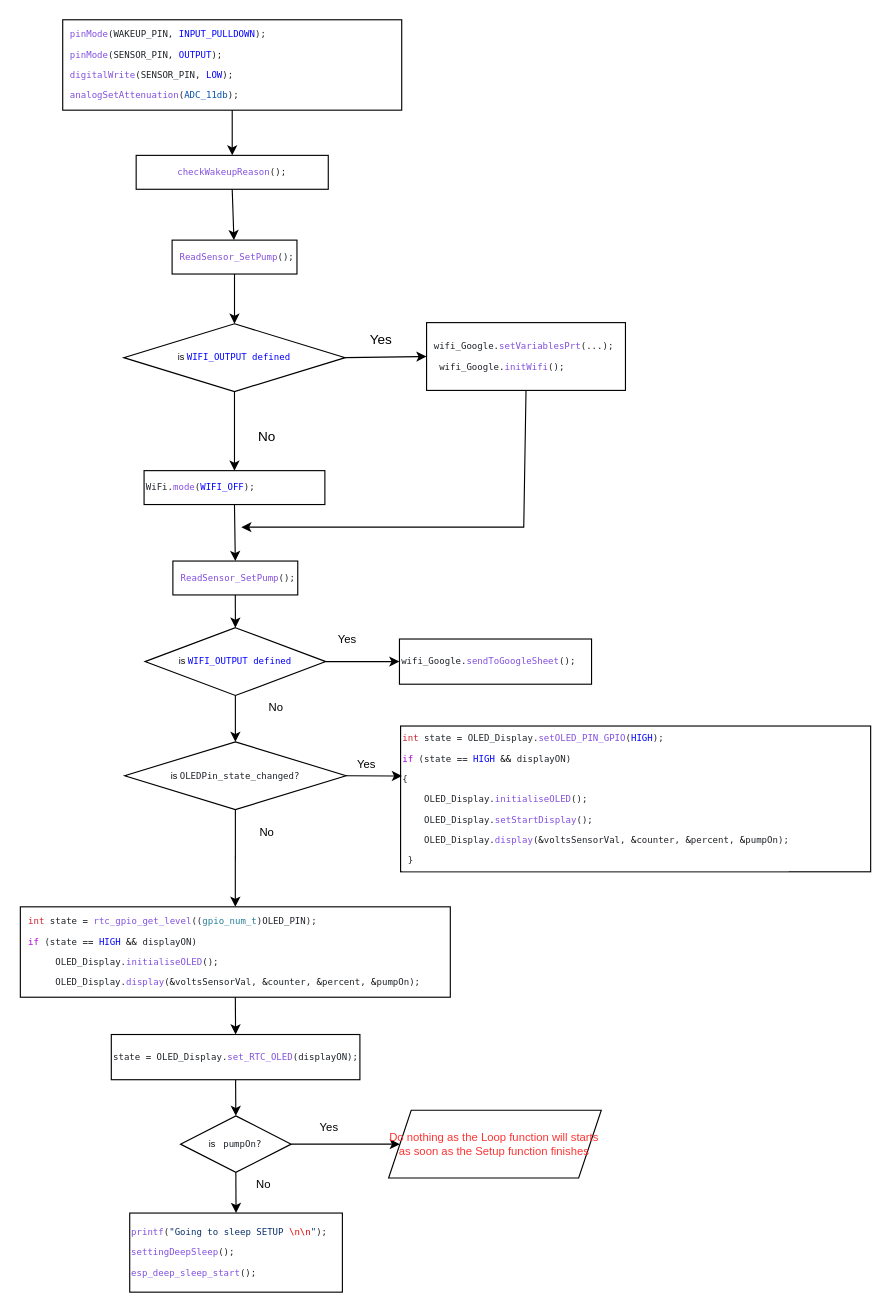
The draw.io diagram Project1/Diagrams/Setup Function-2.drawio in jcgolov/PlantProject, before the edit. Source tidied: cells renumbered, new cells numbered last; positions are measured from the earlier drawing's top-left corner, leaving out a move shared by most shapes. Both pictures are drawn from the tidied source at 113%, with x=0, y=0 at pixel (19, 19).
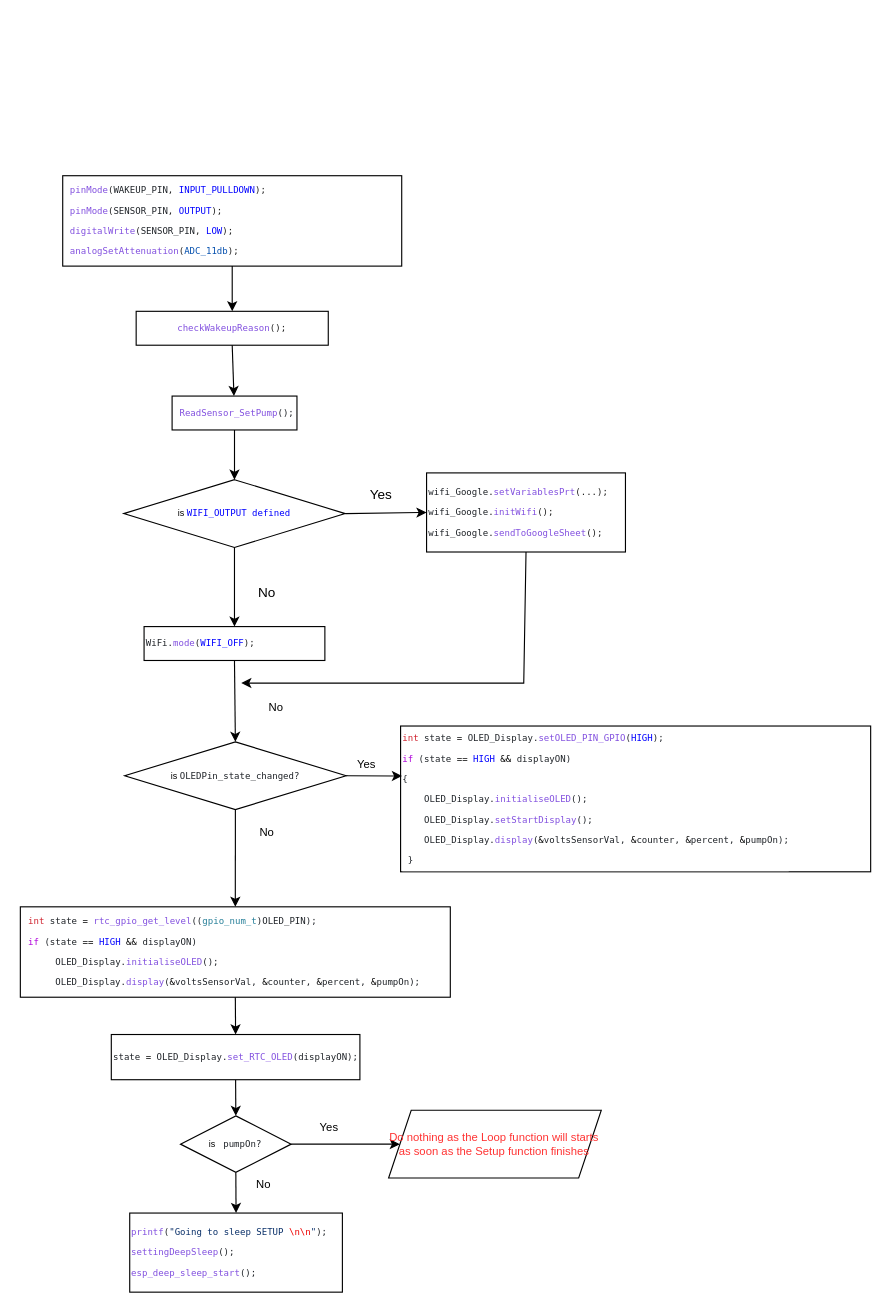
Above is the later version.

Commit message (it also covers changes not shown here):
Tweak code in teh loop function

Unchanged cells that the change refers to:
```xml
<mxCell id="11" value="is&amp;nbsp;&lt;span style=&quot;color: rgb(31, 35, 40); background-color: rgb(255, 255, 255); font-family: Menlo, Monaco, &amp;quot;Courier New&amp;quot;, monospace; white-space: pre;&quot;&gt;OLEDPin_state_changed?&lt;/span&gt;" style="rhombus;whiteSpace=wrap;html=1;shapeInside=1;fontSize=8;" parent="1" vertex="1">
  <mxGeometry x="92.8" y="639" width="196" height="60" as="geometry" />
</mxCell>
```

The edit, as a diff of the source:
```diff
@@
     <mxCell id="2" value="is&amp;nbsp;&lt;span style=&quot;color: rgb(0, 0, 255); background-color: rgb(255, 255, 255); font-family: Menlo, Monaco, &amp;quot;Courier New&amp;quot;, monospace; white-space: pre;&quot;&gt;WIFI_OUTPUT defined&lt;/span&gt;" style="rhombus;whiteSpace=wrap;html=1;shapeInside=1;fontSize=8;" parent="1" vertex="1">
-      <mxGeometry x="92" y="269" width="196" height="60" as="geometry" />
+      <mxGeometry x="92" y="407" width="196" height="60" as="geometry" />
     </mxCell>
-    <mxCell id="3" value="&lt;div style=&quot;color: rgb(32, 32, 32); background-color: rgb(255, 255, 255); font-family: Menlo, Monaco, &amp;quot;Courier New&amp;quot;, monospace; line-height: 18px; white-space: pre;&quot;&gt;&lt;div&gt; &lt;span style=&quot;color: rgb(31, 35, 40);&quot;&gt;wifi_Google&lt;/span&gt;.&lt;span style=&quot;color: rgb(130, 80, 223);&quot;&gt;setVariablesPrt&lt;/span&gt;(...);&lt;/div&gt;&lt;div&gt;  &lt;span style=&quot;color: rgb(31, 35, 40);&quot;&gt;wifi_Google&lt;/span&gt;.&lt;span style=&quot;color: rgb(130, 80, 223);&quot;&gt;initWifi&lt;/span&gt;();&lt;/div&gt;&lt;/div&gt;" style="rounded=0;whiteSpace=wrap;html=1;align=left;fontSize=8;" parent="1" vertex="1">
-      <mxGeometry x="360" y="268" width="176" height="60" as="geometry" />
+    <mxCell id="3" value="&lt;div style=&quot;color: rgb(32, 32, 32); background-color: rgb(255, 255, 255); font-family: Menlo, Monaco, &amp;quot;Courier New&amp;quot;, monospace; line-height: 18px; white-space: pre;&quot;&gt;&lt;div&gt;&lt;span style=&quot;color: rgb(31, 35, 40);&quot;&gt;wifi_Google&lt;/span&gt;.&lt;span style=&quot;color: rgb(130, 80, 223);&quot;&gt;setVariablesPrt&lt;/span&gt;(...);&lt;/div&gt;&lt;div&gt;&lt;span style=&quot;color: rgb(31, 35, 40);&quot;&gt;wifi_Google&lt;/span&gt;.&lt;span style=&quot;color: rgb(130, 80, 223);&quot;&gt;initWifi&lt;/span&gt;();&lt;/div&gt;&lt;div&gt;&lt;span style=&quot;white-space: normal;&quot;&gt;&lt;span style=&quot;background-color: light-dark(rgb(255, 255, 255), rgb(18, 18, 18)); color: rgb(31, 35, 40);&quot;&gt;wifi_Google&lt;/span&gt;&lt;/span&gt;&lt;span style=&quot;white-space: normal;&quot;&gt;&lt;span style=&quot;color: light-dark(rgb(32, 32, 32), rgb(210, 210, 210)); background-color: light-dark(rgb(255, 255, 255), rgb(18, 18, 18));&quot;&gt;.&lt;/span&gt;&lt;/span&gt;&lt;span style=&quot;white-space: normal;&quot;&gt;&lt;span style=&quot;background-color: light-dark(rgb(255, 255, 255), rgb(18, 18, 18)); color: rgb(130, 80, 223);&quot;&gt;sendToGoogleSheet&lt;/span&gt;&lt;/span&gt;&lt;span style=&quot;white-space: normal;&quot;&gt;&lt;span style=&quot;color: light-dark(rgb(32, 32, 32), rgb(210, 210, 210)); background-color: light-dark(rgb(255, 255, 255), rgb(18, 18, 18));&quot;&gt;();&lt;/span&gt;&lt;/span&gt;&lt;/div&gt;&lt;/div&gt;" style="rounded=0;whiteSpace=wrap;html=1;align=left;fontSize=8;" parent="1" vertex="1">
+      <mxGeometry x="360" y="401" width="176" height="70" as="geometry" />
     </mxCell>
     <mxCell id="4" value="Yes" style="text;html=1;whiteSpace=wrap;strokeColor=none;fillColor=none;align=center;verticalAlign=middle;rounded=0;" parent="1" vertex="1">
-      <mxGeometry x="290" y="268" width="60" height="30" as="geometry" />
+      <mxGeometry x="290" y="406" width="60" height="30" as="geometry" />
     </mxCell>
     <mxCell id="5" value="No" style="text;html=1;whiteSpace=wrap;strokeColor=none;fillColor=none;align=center;verticalAlign=middle;rounded=0;" parent="1" vertex="1">
-      <mxGeometry x="200" y="359" width="38" height="20" as="geometry" />
+      <mxGeometry x="200" y="497" width="38" height="20" as="geometry" />
     </mxCell>
     <mxCell id="6" value="&lt;div style=&quot;color: rgb(32, 32, 32); background-color: rgb(255, 255, 255); font-family: Menlo, Monaco, &amp;quot;Courier New&amp;quot;, monospace; line-height: 18px; white-space: pre;&quot;&gt;&lt;div style=&quot;line-height: 18px;&quot;&gt;&lt;span style=&quot;color: #1f2328;&quot;&gt;WiFi&lt;/span&gt;.&lt;span style=&quot;color: #8250df;&quot;&gt;mode&lt;/span&gt;(&lt;span style=&quot;color: #0000ff;&quot;&gt;WIFI_OFF&lt;/span&gt;);&lt;/div&gt;&lt;/div&gt;" style="rounded=0;whiteSpace=wrap;html=1;align=left;fontSize=8;" parent="1" vertex="1">
-      <mxGeometry x="110" y="399" width="160" height="30" as="geometry" />
+      <mxGeometry x="110" y="537" width="160" height="30" as="geometry" />
     </mxCell>
@@
     <mxCell id="8" style="endArrow=classic;html=1;rounded=0;exitX=0.5;exitY=1;exitDx=0;exitDy=0;" parent="1" edge="1" source="2">
       <mxGeometry relative="1" as="geometry">
-        <mxPoint x="190" y="399" as="targetPoint" />
+        <mxPoint x="190" y="537" as="targetPoint" />
       </mxGeometry>
     </mxCell>
     <mxCell id="9" value="&lt;div style=&quot;color: rgb(32, 32, 32); background-color: rgb(255, 255, 255); font-family: Menlo, Monaco, &amp;quot;Courier New&amp;quot;, monospace; line-height: 18px; white-space: pre;&quot;&gt;&lt;div&gt; &lt;span style=&quot;color: rgb(130, 80, 223);&quot;&gt;pinMode&lt;/span&gt;(&lt;span style=&quot;color: rgb(31, 35, 40);&quot;&gt;WAKEUP_PIN&lt;/span&gt;, &lt;span style=&quot;color: rgb(0, 0, 255);&quot;&gt;INPUT_PULLDOWN&lt;/span&gt;);&lt;/div&gt;&lt;div&gt; &lt;span style=&quot;color: rgb(130, 80, 223);&quot;&gt;pinMode&lt;/span&gt;(&lt;span style=&quot;color: rgb(31, 35, 40);&quot;&gt;SENSOR_PIN&lt;/span&gt;, &lt;span style=&quot;color: rgb(0, 0, 255);&quot;&gt;OUTPUT&lt;/span&gt;);&lt;/div&gt;&lt;div&gt; &lt;span style=&quot;color: rgb(130, 80, 223);&quot;&gt;digitalWrite&lt;/span&gt;(&lt;span style=&quot;color: rgb(31, 35, 40);&quot;&gt;SENSOR_PIN&lt;/span&gt;, &lt;span style=&quot;color: rgb(0, 0, 255);&quot;&gt;LOW&lt;/span&gt;);&lt;/div&gt;&lt;div&gt; &lt;span style=&quot;color: rgb(130, 80, 223);&quot;&gt;analogSetAttenuation&lt;/span&gt;(&lt;span style=&quot;color: rgb(5, 80, 174);&quot;&gt;ADC_11db&lt;/span&gt;);&lt;span style=&quot;color: rgb(110, 119, 129);&quot;&gt; &lt;/span&gt;&lt;/div&gt;&lt;/div&gt;" style="rounded=0;whiteSpace=wrap;html=1;align=left;fontSize=8;" parent="1" vertex="1">
-      <mxGeometry x="38" width="300" height="80" as="geometry" />
+      <mxGeometry x="38" y="138" width="300" height="80" as="geometry" />
     </mxCell>
     <mxCell id="10" value="&lt;div style=&quot;color: rgb(32, 32, 32); background-color: rgb(255, 255, 255); font-family: Menlo, Monaco, &amp;quot;Courier New&amp;quot;, monospace; line-height: 18px; white-space: pre;&quot;&gt;&lt;span style=&quot;color: #8250df;&quot;&gt;checkWakeupReason&lt;/span&gt;();&lt;/div&gt;" style="rounded=0;whiteSpace=wrap;html=1;fontSize=8;" parent="1" vertex="1">
-      <mxGeometry x="103" y="120" width="170" height="30" as="geometry" />
+      <mxGeometry x="103" y="258" width="170" height="30" as="geometry" />
     </mxCell>
@@
     <mxCell id="14" style="endArrow=classic;html=1;rounded=0;exitX=0.5;exitY=1;exitDx=0;exitDy=0;" parent="1" edge="1" source="3">
       <mxGeometry relative="1" as="geometry">
-        <mxPoint x="196" y="449" as="targetPoint" />
+        <mxPoint x="196" y="587" as="targetPoint" />
         <Array as="points">
-          <mxPoint x="446" y="449" />
+          <mxPoint x="446" y="587" />
         </Array>
       </mxGeometry>
     </mxCell>
@@
-    <mxCell id="25" style="endArrow=classic;html=1;rounded=0;exitX=0.5;exitY=1;exitDx=0;exitDy=0;entryX=0.5;entryY=0;entryDx=0;entryDy=0;" parent="1" edge="1" source="6" target="26">
+    <mxCell id="25" style="endArrow=classic;html=1;rounded=0;exitX=0.5;exitY=1;exitDx=0;exitDy=0;entryX=0.5;entryY=0;entryDx=0;entryDy=0;" parent="1" edge="1" source="6" target="11">
       <mxGeometry relative="1" as="geometry" />
     </mxCell>
-    <mxCell id="26" value="&lt;span style=&quot;font-family: Menlo, Monaco, &amp;quot;Courier New&amp;quot;, monospace; white-space: pre; background-color: rgb(255, 255, 255); color: rgb(130, 80, 223);&quot;&gt; ReadSensor_SetPump&lt;/span&gt;&lt;span style=&quot;font-family: Menlo, Monaco, &amp;quot;Courier New&amp;quot;, monospace; white-space: pre; background-color: rgb(255, 255, 255); color: rgb(31, 35, 40);&quot;&gt;();&lt;/span&gt;" style="rounded=0;whiteSpace=wrap;html=1;align=left;fontSize=8;" parent="1" vertex="1">
-      <mxGeometry x="135.5" y="479" width="110.5" height="30" as="geometry" />
-    </mxCell>
-    <mxCell id="27" style="endArrow=classic;html=1;rounded=0;exitX=0.5;exitY=1;exitDx=0;exitDy=0;entryX=0.5;entryY=0;entryDx=0;entryDy=0;" parent="1" edge="1" source="26" target="28">
-      <mxGeometry relative="1" as="geometry" />
-    </mxCell>
-    <mxCell id="28" value="is&amp;nbsp;&lt;span style=&quot;color: rgb(0, 0, 255); background-color: rgb(255, 255, 255); font-family: Menlo, Monaco, &amp;quot;Courier New&amp;quot;, monospace; white-space: pre;&quot;&gt;WIFI_OUTPUT defined&lt;/span&gt;" style="rhombus;whiteSpace=wrap;html=1;shapeInside=1;fontSize=8;" parent="1" vertex="1">
-      <mxGeometry x="110.8" y="538" width="160" height="60" as="geometry" />
-    </mxCell>
-    <mxCell id="29" style="endArrow=classic;html=1;rounded=0;exitX=1;exitY=0.5;exitDx=0;exitDy=0;entryX=0;entryY=0.5;entryDx=0;entryDy=0;" parent="1" edge="1" source="28" target="31">
-      <mxGeometry relative="1" as="geometry" />
-    </mxCell>
-    <mxCell id="30" value="Yes" style="text;html=1;whiteSpace=wrap;strokeColor=none;fillColor=none;align=center;verticalAlign=middle;rounded=0;fontSize=10;" parent="1" vertex="1">
-      <mxGeometry x="270.8" y="538" width="38" height="20" as="geometry" />
-    </mxCell>
-    <mxCell id="31" value="&lt;div style=&quot;color: rgb(32, 32, 32); background-color: rgb(255, 255, 255); font-family: Menlo, Monaco, &amp;quot;Courier New&amp;quot;, monospace; line-height: 18px; white-space: pre;&quot;&gt;&lt;span style=&quot;white-space: normal&quot;&gt;&lt;span style=&quot;background-color: light-dark(rgb(255, 255, 255), rgb(18, 18, 18)); color: rgb(31, 35, 40);&quot;&gt;wifi_Google&lt;/span&gt;&lt;/span&gt;&lt;span style=&quot;white-space: normal&quot;&gt;&lt;span style=&quot;color: light-dark(rgb(32, 32, 32), rgb(210, 210, 210)); background-color: light-dark(rgb(255, 255, 255), rgb(18, 18, 18));&quot;&gt;.&lt;/span&gt;&lt;/span&gt;&lt;span style=&quot;white-space: normal&quot;&gt;&lt;span style=&quot;background-color: light-dark(rgb(255, 255, 255), rgb(18, 18, 18)); color: rgb(130, 80, 223);&quot;&gt;sendToGoogleSheet&lt;/span&gt;&lt;/span&gt;&lt;span style=&quot;white-space: normal&quot;&gt;&lt;span style=&quot;color: light-dark(rgb(32, 32, 32), rgb(210, 210, 210)); background-color: light-dark(rgb(255, 255, 255), rgb(18, 18, 18));&quot;&gt;();&lt;/span&gt;&lt;/span&gt;&lt;/div&gt;" style="rounded=0;whiteSpace=wrap;html=1;fontSize=8;align=left;" parent="1" vertex="1">
-      <mxGeometry x="336" y="548" width="170" height="40" as="geometry" />
-    </mxCell>
@@
-    <mxCell id="33" style="endArrow=classic;html=1;rounded=0;exitX=0.5;exitY=1;exitDx=0;exitDy=0;entryX=0.5;entryY=0;entryDx=0;entryDy=0;" parent="1" edge="1" source="28" target="11">
-      <mxGeometry relative="1" as="geometry" />
-    </mxCell>
@@
     <mxCell id="40" value="&lt;span style=&quot;font-family: Menlo, Monaco, &amp;quot;Courier New&amp;quot;, monospace; white-space: pre; background-color: rgb(255, 255, 255); color: rgb(130, 80, 223);&quot;&gt; ReadSensor_SetPump&lt;/span&gt;&lt;span style=&quot;font-family: Menlo, Monaco, &amp;quot;Courier New&amp;quot;, monospace; white-space: pre; background-color: rgb(255, 255, 255); color: rgb(31, 35, 40);&quot;&gt;();&lt;/span&gt;" style="rounded=0;whiteSpace=wrap;html=1;align=left;fontSize=8;" parent="1" vertex="1">
-      <mxGeometry x="134.8" y="195" width="110.5" height="30" as="geometry" />
+      <mxGeometry x="134.8" y="333" width="110.5" height="30" as="geometry" />
     </mxCell>
```
